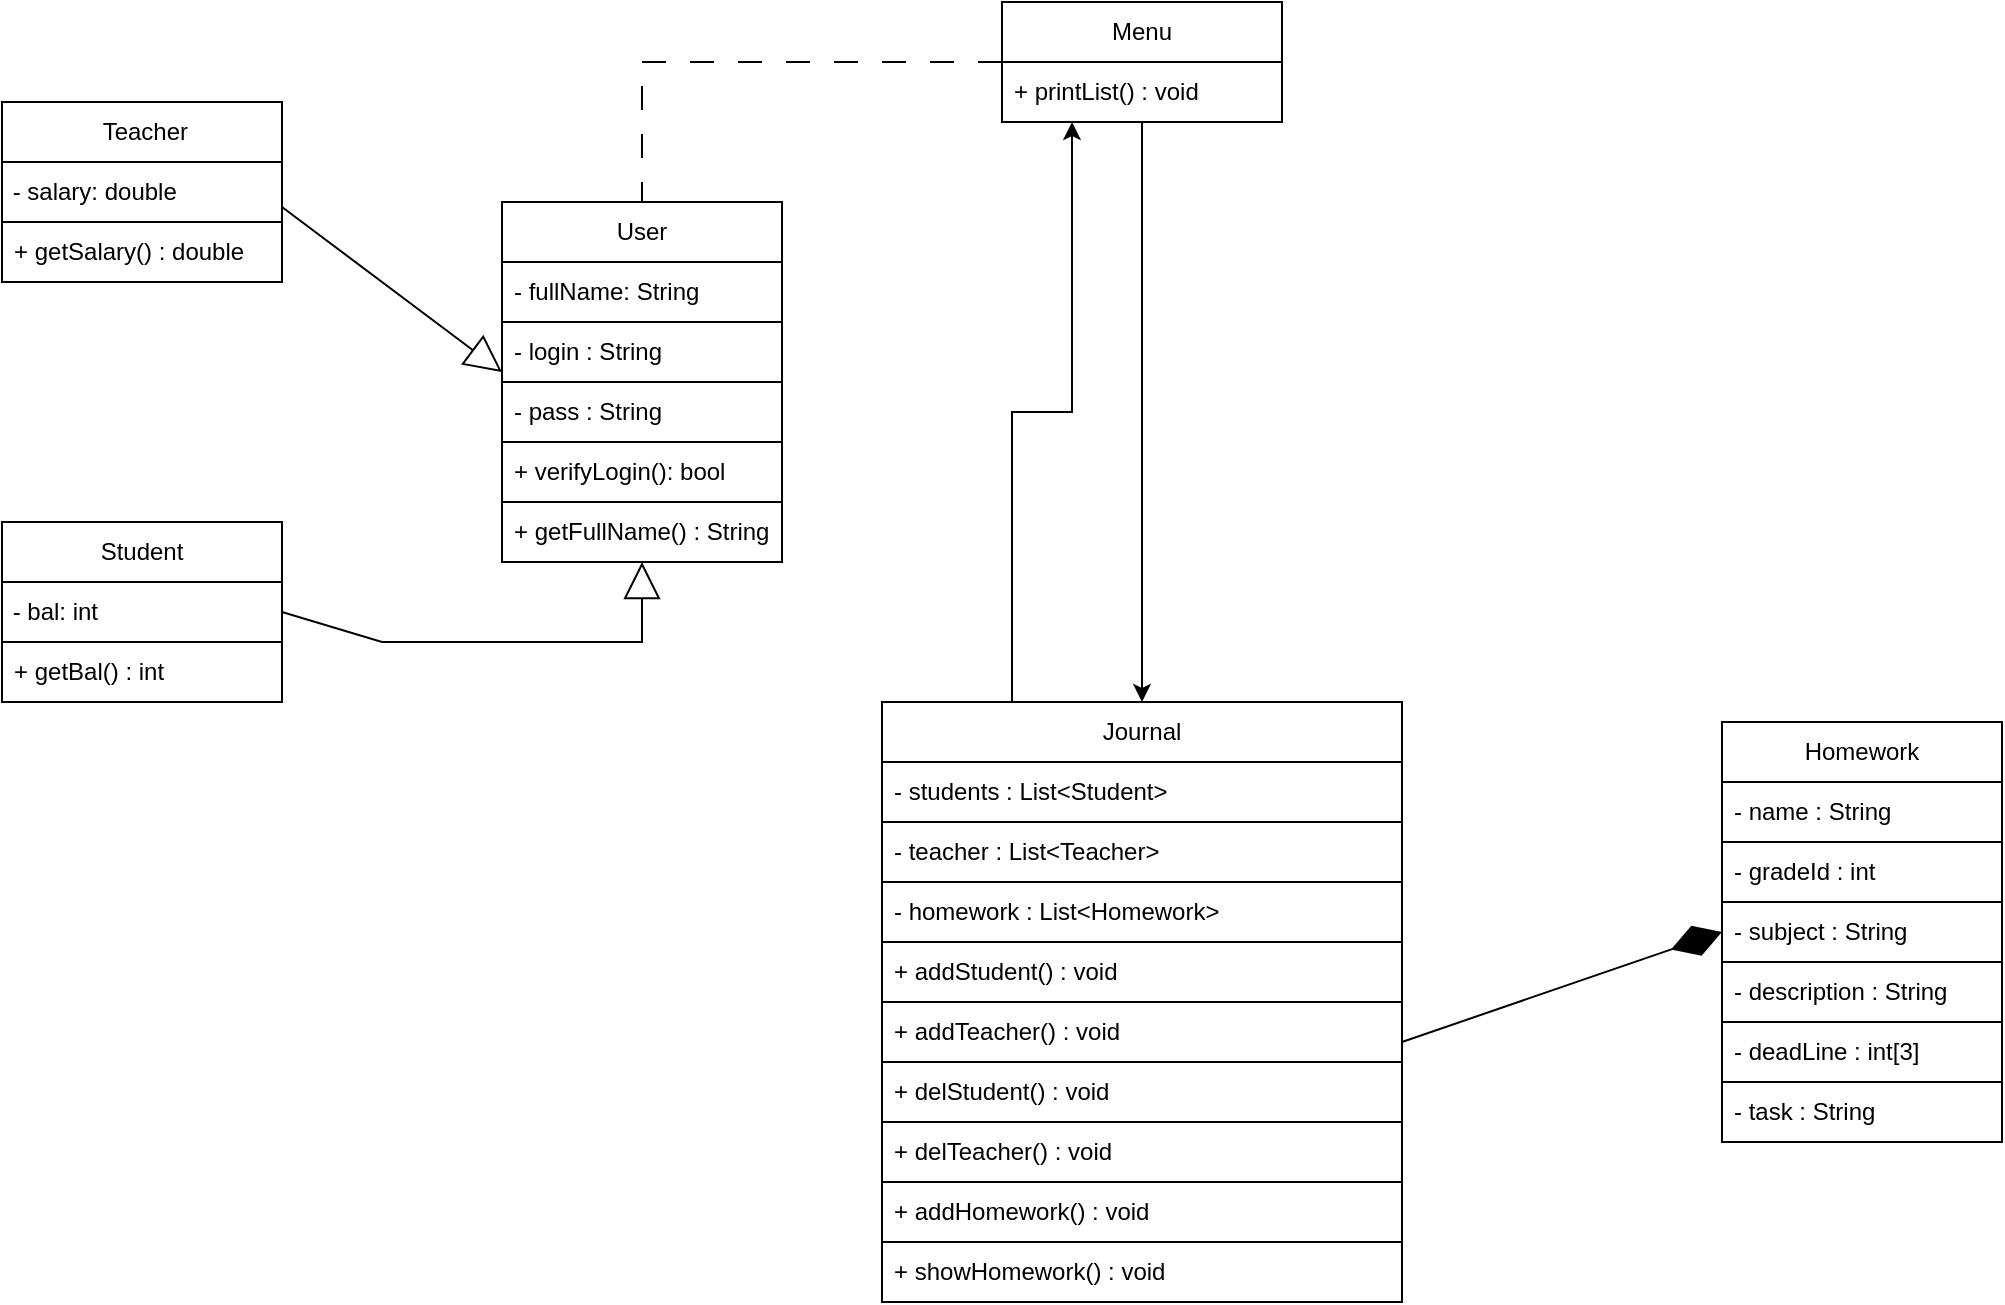
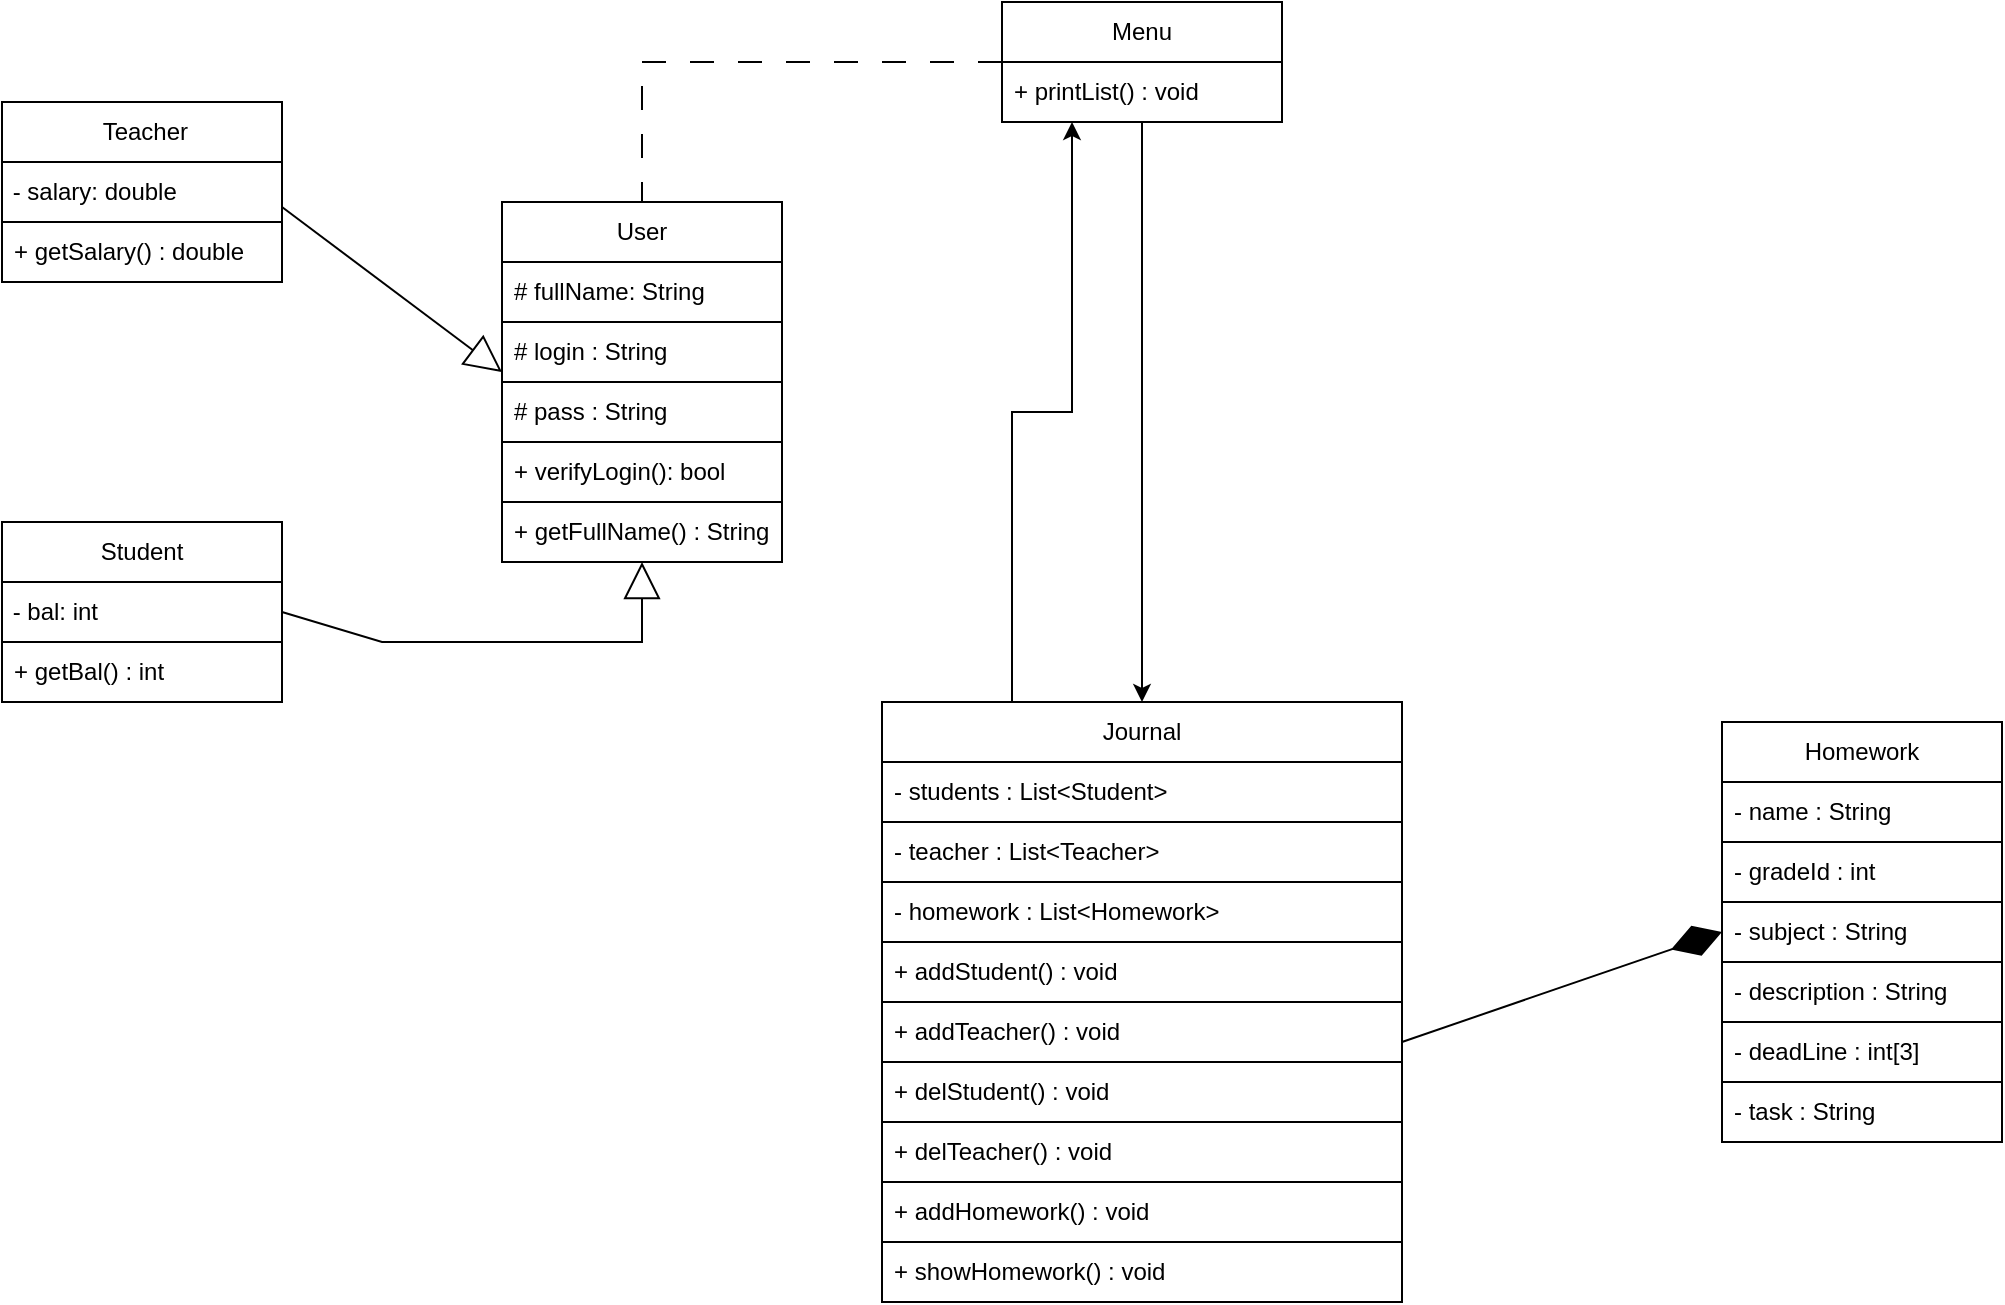
<mxfile host="app.diagrams.net" agent="Mozilla/5.0 (Windows NT 10.0; Win64; x64) AppleWebKit/537.36 (KHTML, like Gecko) Chrome/144.0.0.0 YaBrowser/26.3.0.0 Safari/537.36">
  <diagram name="Страница-1" id="uxawxyVBlgbyIQM6ajeT">
    <mxGraphModel dx="1414" dy="751" grid="1" gridSize="10" guides="1" tooltips="1" connect="1" arrows="1" fold="1" page="1" pageScale="1" pageWidth="700" pageHeight="1000" math="0" shadow="0">
      <root>
        <mxCell id="0" />
        <mxCell id="1" parent="0" />
        <mxCell id="GCuz6E3EBiHqZI_xGS0Z-3" parent="1" style="swimlane;fontStyle=0;childLayout=stackLayout;horizontal=1;startSize=30;horizontalStack=0;resizeParent=1;resizeParentMax=0;resizeLast=0;collapsible=1;marginBottom=0;whiteSpace=wrap;html=1;" value="Student" vertex="1">
          <mxGeometry height="90" width="140" x="20" y="340" as="geometry">
            <mxRectangle height="30" width="90" x="370" y="200" as="alternateBounds" />
          </mxGeometry>
        </mxCell>
        <mxCell id="GCuz6E3EBiHqZI_xGS0Z-7" parent="GCuz6E3EBiHqZI_xGS0Z-3" style="text;html=1;whiteSpace=wrap;strokeColor=default;fillColor=default;align=left;verticalAlign=middle;rounded=0;" value="&lt;span style=&quot;&quot;&gt;&amp;nbsp;- bal: int&lt;/span&gt;" vertex="1">
          <mxGeometry height="30" width="140" y="30" as="geometry" />
        </mxCell>
        <mxCell id="GCuz6E3EBiHqZI_xGS0Z-4" parent="GCuz6E3EBiHqZI_xGS0Z-3" style="text;strokeColor=default;fillColor=default;align=left;verticalAlign=middle;spacingLeft=4;spacingRight=4;overflow=hidden;points=[[0,0.5],[1,0.5]];portConstraint=eastwest;rotatable=0;whiteSpace=wrap;html=1;" value="+ getBal() : int" vertex="1">
          <mxGeometry height="30" width="140" y="60" as="geometry" />
        </mxCell>
        <mxCell id="8Yin8r3933yuqEZvRl84-43" edge="1" parent="1" source="GCuz6E3EBiHqZI_xGS0Z-8" style="edgeStyle=orthogonalEdgeStyle;rounded=0;orthogonalLoop=1;jettySize=auto;html=1;exitX=0.25;exitY=0;exitDx=0;exitDy=0;entryX=0.25;entryY=1;entryDx=0;entryDy=0;" target="GCuz6E3EBiHqZI_xGS0Z-16">
          <mxGeometry relative="1" as="geometry" />
        </mxCell>
        <mxCell id="GCuz6E3EBiHqZI_xGS0Z-8" parent="1" style="swimlane;fontStyle=0;childLayout=stackLayout;horizontal=1;startSize=30;horizontalStack=0;resizeParent=1;resizeParentMax=0;resizeLast=0;collapsible=1;marginBottom=0;whiteSpace=wrap;html=1;" value="Journal" vertex="1">
          <mxGeometry height="300" width="260" x="460" y="430" as="geometry" />
        </mxCell>
        <mxCell id="GCuz6E3EBiHqZI_xGS0Z-9" parent="GCuz6E3EBiHqZI_xGS0Z-8" style="text;align=left;verticalAlign=middle;spacingLeft=4;spacingRight=4;overflow=hidden;points=[[0,0.5],[1,0.5]];portConstraint=eastwest;rotatable=0;whiteSpace=wrap;html=1;fillColor=default;strokeColor=default;" value="- students : List&amp;lt;Student&amp;gt;" vertex="1">
          <mxGeometry height="30" width="260" y="30" as="geometry" />
        </mxCell>
        <mxCell id="8Yin8r3933yuqEZvRl84-10" parent="GCuz6E3EBiHqZI_xGS0Z-8" style="text;align=left;verticalAlign=middle;spacingLeft=4;spacingRight=4;overflow=hidden;points=[[0,0.5],[1,0.5]];portConstraint=eastwest;rotatable=0;whiteSpace=wrap;html=1;fillColor=default;strokeColor=default;" value="- teacher&amp;nbsp;: List&amp;lt;Teacher&amp;gt;&amp;nbsp;" vertex="1">
          <mxGeometry height="30" width="260" y="60" as="geometry" />
        </mxCell>
        <mxCell id="8Yin8r3933yuqEZvRl84-49" parent="GCuz6E3EBiHqZI_xGS0Z-8" style="text;align=left;verticalAlign=middle;spacingLeft=4;spacingRight=4;overflow=hidden;points=[[0,0.5],[1,0.5]];portConstraint=eastwest;rotatable=0;whiteSpace=wrap;html=1;fillColor=default;strokeColor=default;" value="- homework&amp;nbsp;: List&amp;lt;Homework&amp;gt;&amp;nbsp;" vertex="1">
          <mxGeometry height="30" width="260" y="90" as="geometry" />
        </mxCell>
        <mxCell id="GCuz6E3EBiHqZI_xGS0Z-10" parent="GCuz6E3EBiHqZI_xGS0Z-8" style="text;strokeColor=default;fillColor=default;align=left;verticalAlign=middle;spacingLeft=4;spacingRight=4;overflow=hidden;points=[[0,0.5],[1,0.5]];portConstraint=eastwest;rotatable=0;whiteSpace=wrap;html=1;gradientColor=none;rounded=0;glass=0;shadow=0;strokeWidth=1;" value="+ addStudent() : void" vertex="1">
          <mxGeometry height="30" width="260" y="120" as="geometry" />
        </mxCell>
        <mxCell id="GCuz6E3EBiHqZI_xGS0Z-28" parent="GCuz6E3EBiHqZI_xGS0Z-8" style="text;strokeColor=default;fillColor=default;align=left;verticalAlign=middle;spacingLeft=4;spacingRight=4;overflow=hidden;points=[[0,0.5],[1,0.5]];portConstraint=eastwest;rotatable=0;whiteSpace=wrap;html=1;gradientColor=none;rounded=0;glass=0;shadow=0;strokeWidth=1;" value="+ addTeacher() : void" vertex="1">
          <mxGeometry height="30" width="260" y="150" as="geometry" />
        </mxCell>
        <mxCell id="GCuz6E3EBiHqZI_xGS0Z-11" parent="GCuz6E3EBiHqZI_xGS0Z-8" style="text;align=left;verticalAlign=middle;spacingLeft=4;spacingRight=4;overflow=hidden;points=[[0,0.5],[1,0.5]];portConstraint=eastwest;rotatable=0;whiteSpace=wrap;html=1;fillColor=default;strokeColor=default;" value="+ delStudent() : void" vertex="1">
          <mxGeometry height="30" width="260" y="180" as="geometry" />
        </mxCell>
        <mxCell id="GCuz6E3EBiHqZI_xGS0Z-29" parent="GCuz6E3EBiHqZI_xGS0Z-8" style="text;align=left;verticalAlign=middle;spacingLeft=4;spacingRight=4;overflow=hidden;points=[[0,0.5],[1,0.5]];portConstraint=eastwest;rotatable=0;whiteSpace=wrap;html=1;fillColor=default;strokeColor=default;" value="+ delTeacher() : void" vertex="1">
          <mxGeometry height="30" width="260" y="210" as="geometry" />
        </mxCell>
        <mxCell id="8Yin8r3933yuqEZvRl84-33" parent="GCuz6E3EBiHqZI_xGS0Z-8" style="text;strokeColor=default;fillColor=default;align=left;verticalAlign=middle;spacingLeft=4;spacingRight=4;overflow=hidden;points=[[0,0.5],[1,0.5]];portConstraint=eastwest;rotatable=0;whiteSpace=wrap;html=1;" value="+ addHomework() : void" vertex="1">
          <mxGeometry height="30" width="260" y="240" as="geometry" />
        </mxCell>
        <mxCell id="GCuz6E3EBiHqZI_xGS0Z-19" parent="GCuz6E3EBiHqZI_xGS0Z-8" style="text;strokeColor=default;fillColor=default;align=left;verticalAlign=middle;spacingLeft=4;spacingRight=4;overflow=hidden;points=[[0,0.5],[1,0.5]];portConstraint=eastwest;rotatable=0;whiteSpace=wrap;html=1;" value="+ showHomework() : void" vertex="1">
          <mxGeometry height="30" width="260" y="270" as="geometry" />
        </mxCell>
        <mxCell id="8Yin8r3933yuqEZvRl84-32" edge="1" parent="1" source="GCuz6E3EBiHqZI_xGS0Z-16" style="edgeStyle=orthogonalEdgeStyle;rounded=0;orthogonalLoop=1;jettySize=auto;html=1;entryX=0.5;entryY=0;entryDx=0;entryDy=0;" target="GCuz6E3EBiHqZI_xGS0Z-8">
          <mxGeometry relative="1" as="geometry" />
        </mxCell>
        <mxCell id="AdEmohMLdduJ9aqZZ4lc-9" edge="1" parent="1" source="GCuz6E3EBiHqZI_xGS0Z-16" style="edgeStyle=orthogonalEdgeStyle;rounded=0;orthogonalLoop=1;jettySize=auto;html=1;dashed=1;dashPattern=12 12;endArrow=none;endFill=0;" target="GCuz6E3EBiHqZI_xGS0Z-32">
          <mxGeometry relative="1" as="geometry" />
        </mxCell>
        <mxCell id="GCuz6E3EBiHqZI_xGS0Z-16" parent="1" style="swimlane;fontStyle=0;childLayout=stackLayout;horizontal=1;startSize=30;horizontalStack=0;resizeParent=1;resizeParentMax=0;resizeLast=0;collapsible=1;marginBottom=0;whiteSpace=wrap;html=1;" value="Menu" vertex="1">
          <mxGeometry height="60" width="140" x="520" y="80" as="geometry" />
        </mxCell>
        <mxCell id="GCuz6E3EBiHqZI_xGS0Z-17" parent="GCuz6E3EBiHqZI_xGS0Z-16" style="text;strokeColor=default;fillColor=default;align=left;verticalAlign=middle;spacingLeft=4;spacingRight=4;overflow=hidden;points=[[0,0.5],[1,0.5]];portConstraint=eastwest;rotatable=0;whiteSpace=wrap;html=1;" value="+ printList() : void" vertex="1">
          <mxGeometry height="30" width="140" y="30" as="geometry" />
        </mxCell>
        <mxCell id="GCuz6E3EBiHqZI_xGS0Z-21" parent="1" style="swimlane;fontStyle=0;childLayout=stackLayout;horizontal=1;startSize=30;horizontalStack=0;resizeParent=1;resizeParentMax=0;resizeLast=0;collapsible=1;marginBottom=0;whiteSpace=wrap;html=1;" value="&amp;nbsp;Teacher" vertex="1">
          <mxGeometry height="90" width="140" x="20" y="130" as="geometry">
            <mxRectangle height="30" width="90" x="370" y="200" as="alternateBounds" />
          </mxGeometry>
        </mxCell>
        <mxCell id="GCuz6E3EBiHqZI_xGS0Z-23" parent="GCuz6E3EBiHqZI_xGS0Z-21" style="text;html=1;whiteSpace=wrap;strokeColor=default;fillColor=default;align=left;verticalAlign=middle;rounded=0;" value="&lt;span style=&quot;&quot;&gt;&amp;nbsp;- salary: double&lt;/span&gt;" vertex="1">
          <mxGeometry height="30" width="140" y="30" as="geometry" />
        </mxCell>
        <mxCell id="GCuz6E3EBiHqZI_xGS0Z-24" parent="GCuz6E3EBiHqZI_xGS0Z-21" style="text;strokeColor=default;fillColor=default;align=left;verticalAlign=middle;spacingLeft=4;spacingRight=4;overflow=hidden;points=[[0,0.5],[1,0.5]];portConstraint=eastwest;rotatable=0;whiteSpace=wrap;html=1;" value="+ getSalary() : double" vertex="1">
          <mxGeometry height="30" width="140" y="60" as="geometry" />
        </mxCell>
        <mxCell id="GCuz6E3EBiHqZI_xGS0Z-32" parent="1" style="swimlane;fontStyle=0;childLayout=stackLayout;horizontal=1;startSize=30;horizontalStack=0;resizeParent=1;resizeParentMax=0;resizeLast=0;collapsible=1;marginBottom=0;whiteSpace=wrap;html=1;" value="User" vertex="1">
          <mxGeometry height="180" width="140" x="270" y="180" as="geometry" />
        </mxCell>
-         <mxCell id="GCuz6E3EBiHqZI_xGS0Z-5" parent="GCuz6E3EBiHqZI_xGS0Z-32" style="text;strokeColor=default;fillColor=default;align=left;verticalAlign=middle;spacingLeft=4;spacingRight=4;overflow=hidden;points=[[0,0.5],[1,0.5]];portConstraint=eastwest;rotatable=0;whiteSpace=wrap;html=1;" value="- fullName: String" vertex="1">
+         <mxCell id="GCuz6E3EBiHqZI_xGS0Z-5" parent="GCuz6E3EBiHqZI_xGS0Z-32" style="text;strokeColor=default;fillColor=default;align=left;verticalAlign=middle;spacingLeft=4;spacingRight=4;overflow=hidden;points=[[0,0.5],[1,0.5]];portConstraint=eastwest;rotatable=0;whiteSpace=wrap;html=1;" value="# fullName: String" vertex="1">
          <mxGeometry height="30" width="140" y="30" as="geometry" />
        </mxCell>
-         <mxCell id="GCuz6E3EBiHqZI_xGS0Z-33" parent="GCuz6E3EBiHqZI_xGS0Z-32" style="text;strokeColor=default;fillColor=default;align=left;verticalAlign=middle;spacingLeft=4;spacingRight=4;overflow=hidden;points=[[0,0.5],[1,0.5]];portConstraint=eastwest;rotatable=0;whiteSpace=wrap;html=1;" value="- login : String" vertex="1">
+         <mxCell id="GCuz6E3EBiHqZI_xGS0Z-33" parent="GCuz6E3EBiHqZI_xGS0Z-32" style="text;strokeColor=default;fillColor=default;align=left;verticalAlign=middle;spacingLeft=4;spacingRight=4;overflow=hidden;points=[[0,0.5],[1,0.5]];portConstraint=eastwest;rotatable=0;whiteSpace=wrap;html=1;" value="# login : String" vertex="1">
          <mxGeometry height="30" width="140" y="60" as="geometry" />
        </mxCell>
-         <mxCell id="GCuz6E3EBiHqZI_xGS0Z-34" parent="GCuz6E3EBiHqZI_xGS0Z-32" style="text;strokeColor=default;fillColor=default;align=left;verticalAlign=middle;spacingLeft=4;spacingRight=4;overflow=hidden;points=[[0,0.5],[1,0.5]];portConstraint=eastwest;rotatable=0;whiteSpace=wrap;html=1;" value="- pass : String" vertex="1">
+         <mxCell id="GCuz6E3EBiHqZI_xGS0Z-34" parent="GCuz6E3EBiHqZI_xGS0Z-32" style="text;strokeColor=default;fillColor=default;align=left;verticalAlign=middle;spacingLeft=4;spacingRight=4;overflow=hidden;points=[[0,0.5],[1,0.5]];portConstraint=eastwest;rotatable=0;whiteSpace=wrap;html=1;" value="# pass : String" vertex="1">
          <mxGeometry height="30" width="140" y="90" as="geometry" />
        </mxCell>
        <mxCell id="GCuz6E3EBiHqZI_xGS0Z-35" parent="GCuz6E3EBiHqZI_xGS0Z-32" style="text;strokeColor=default;fillColor=default;align=left;verticalAlign=middle;spacingLeft=4;spacingRight=4;overflow=hidden;points=[[0,0.5],[1,0.5]];portConstraint=eastwest;rotatable=0;whiteSpace=wrap;html=1;" value="+ verifyLogin(): bool" vertex="1">
          <mxGeometry height="30" width="140" y="120" as="geometry" />
        </mxCell>
        <mxCell id="GCuz6E3EBiHqZI_xGS0Z-6" parent="GCuz6E3EBiHqZI_xGS0Z-32" style="text;strokeColor=default;fillColor=default;align=left;verticalAlign=middle;spacingLeft=4;spacingRight=4;overflow=hidden;points=[[0,0.5],[1,0.5]];portConstraint=eastwest;rotatable=0;whiteSpace=wrap;html=1;" value="+ getFullName() : String" vertex="1">
          <mxGeometry height="30" width="140" y="150" as="geometry" />
        </mxCell>
        <mxCell id="8Yin8r3933yuqEZvRl84-35" parent="1" style="swimlane;fontStyle=0;childLayout=stackLayout;horizontal=1;startSize=30;horizontalStack=0;resizeParent=1;resizeParentMax=0;resizeLast=0;collapsible=1;marginBottom=0;whiteSpace=wrap;html=1;" value="Homework" vertex="1">
          <mxGeometry height="210" width="140" x="880" y="440" as="geometry" />
        </mxCell>
        <mxCell id="8Yin8r3933yuqEZvRl84-36" parent="8Yin8r3933yuqEZvRl84-35" style="text;strokeColor=default;fillColor=default;align=left;verticalAlign=middle;spacingLeft=4;spacingRight=4;overflow=hidden;points=[[0,0.5],[1,0.5]];portConstraint=eastwest;rotatable=0;whiteSpace=wrap;html=1;" value="- name : String" vertex="1">
          <mxGeometry height="30" width="140" y="30" as="geometry" />
        </mxCell>
        <mxCell id="8Yin8r3933yuqEZvRl84-37" parent="8Yin8r3933yuqEZvRl84-35" style="text;strokeColor=default;fillColor=default;align=left;verticalAlign=middle;spacingLeft=4;spacingRight=4;overflow=hidden;points=[[0,0.5],[1,0.5]];portConstraint=eastwest;rotatable=0;whiteSpace=wrap;html=1;" value="- gradeId : int" vertex="1">
          <mxGeometry height="30" width="140" y="60" as="geometry" />
        </mxCell>
        <mxCell id="8Yin8r3933yuqEZvRl84-40" parent="8Yin8r3933yuqEZvRl84-35" style="text;strokeColor=default;fillColor=default;align=left;verticalAlign=middle;spacingLeft=4;spacingRight=4;overflow=hidden;points=[[0,0.5],[1,0.5]];portConstraint=eastwest;rotatable=0;whiteSpace=wrap;html=1;" value="- subject&amp;nbsp;: String" vertex="1">
          <mxGeometry height="30" width="140" y="90" as="geometry" />
        </mxCell>
        <mxCell id="8Yin8r3933yuqEZvRl84-45" parent="8Yin8r3933yuqEZvRl84-35" style="text;strokeColor=default;fillColor=default;align=left;verticalAlign=middle;spacingLeft=4;spacingRight=4;overflow=hidden;points=[[0,0.5],[1,0.5]];portConstraint=eastwest;rotatable=0;whiteSpace=wrap;html=1;" value="- description : String" vertex="1">
          <mxGeometry height="30" width="140" y="120" as="geometry" />
        </mxCell>
        <mxCell id="8Yin8r3933yuqEZvRl84-48" parent="8Yin8r3933yuqEZvRl84-35" style="text;strokeColor=default;fillColor=default;align=left;verticalAlign=middle;spacingLeft=4;spacingRight=4;overflow=hidden;points=[[0,0.5],[1,0.5]];portConstraint=eastwest;rotatable=0;whiteSpace=wrap;html=1;" value="- deadLine : int[3]" vertex="1">
          <mxGeometry height="30" width="140" y="150" as="geometry" />
        </mxCell>
        <mxCell id="8Yin8r3933yuqEZvRl84-47" parent="8Yin8r3933yuqEZvRl84-35" style="text;strokeColor=default;fillColor=default;align=left;verticalAlign=middle;spacingLeft=4;spacingRight=4;overflow=hidden;points=[[0,0.5],[1,0.5]];portConstraint=eastwest;rotatable=0;whiteSpace=wrap;html=1;" value="- task&amp;nbsp;: String" vertex="1">
          <mxGeometry height="30" width="140" y="180" as="geometry" />
        </mxCell>
        <mxCell id="AdEmohMLdduJ9aqZZ4lc-6" edge="1" parent="1" style="endArrow=diamondThin;endFill=1;endSize=24;html=1;rounded=0;entryX=0;entryY=0.5;entryDx=0;entryDy=0;" target="8Yin8r3933yuqEZvRl84-40" value="">
          <mxGeometry relative="1" width="160" as="geometry">
            <mxPoint x="720" y="600" as="sourcePoint" />
            <mxPoint x="880" y="600" as="targetPoint" />
          </mxGeometry>
        </mxCell>
        <mxCell id="AdEmohMLdduJ9aqZZ4lc-13" edge="1" parent="1" source="GCuz6E3EBiHqZI_xGS0Z-3" style="endArrow=block;endSize=16;endFill=0;html=1;rounded=0;exitX=1;exitY=0.5;exitDx=0;exitDy=0;entryX=0.5;entryY=1;entryDx=0;entryDy=0;" target="GCuz6E3EBiHqZI_xGS0Z-32" value="">
          <mxGeometry relative="1" width="160" as="geometry">
            <mxPoint as="offset" />
            <Array as="points">
              <mxPoint x="210" y="400" />
              <mxPoint x="340" y="400" />
            </Array>
            <mxPoint x="180" y="400" as="sourcePoint" />
            <mxPoint x="340" y="400" as="targetPoint" />
          </mxGeometry>
        </mxCell>
        <mxCell id="AdEmohMLdduJ9aqZZ4lc-14" edge="1" parent="1" source="GCuz6E3EBiHqZI_xGS0Z-23" style="endArrow=block;endSize=16;endFill=0;html=1;rounded=0;exitX=1;exitY=0.75;exitDx=0;exitDy=0;entryX=0.5;entryY=0;entryDx=0;entryDy=0;" value="">
          <mxGeometry relative="1" width="160" as="geometry">
            <mxPoint x="90" y="275" as="sourcePoint" />
            <mxPoint x="270" y="265" as="targetPoint" />
          </mxGeometry>
        </mxCell>
      </root>
    </mxGraphModel>
  </diagram>
</mxfile>
